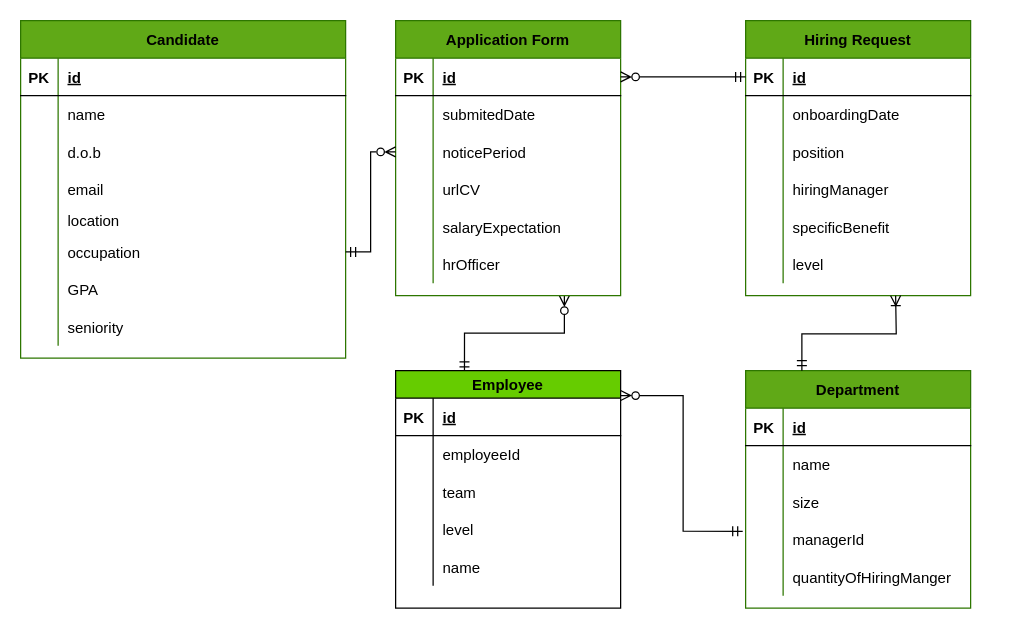
Above: page "Page-2" (2 of 2) of src/main/resources/erd/personal project2.drawio in Dino-000/peronalProject (draw.io), before the change. Source tidied: cells renumbered, new cells numbered last; positions are measured from the earlier drawing's top-left corner, leaving out a move shared by most shapes. Both pictures are drawn from the tidied source at 125%, with x=0, y=0 at pixel (20, 20).
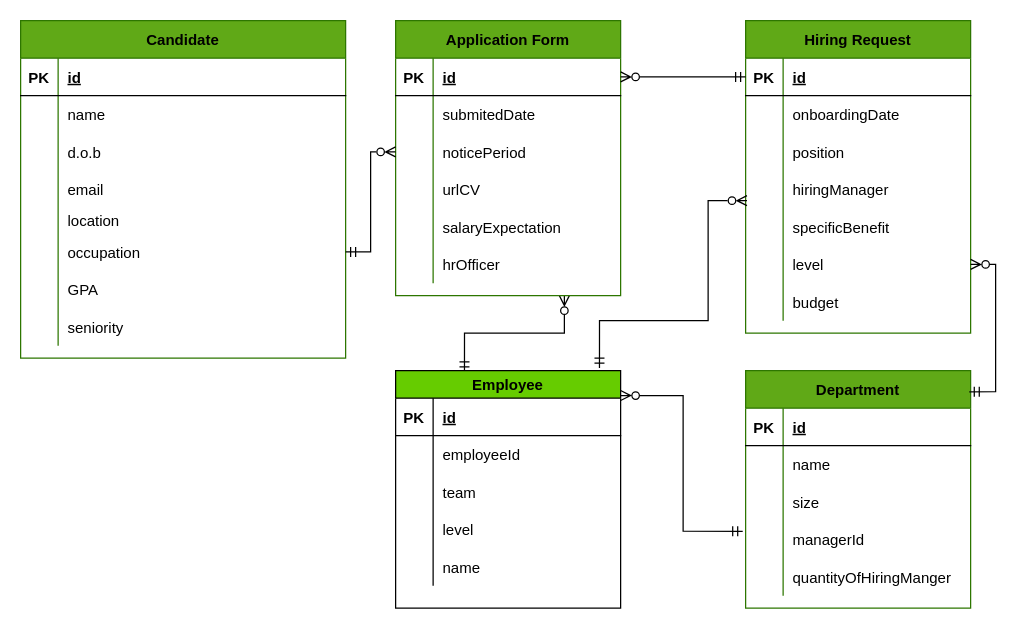
The same diagram, later.

The change refers to these unchanged cells:
```xml
<mxCell id="48" value="Department" style="shape=table;startSize=30;childLayout=tableLayout;rowLines=0;fontStyle=1;align=center;fillColor=#60a917;strokeColor=#2D7600;fontColor=#000000;" parent="1" vertex="1">
  <mxGeometry x="580" y="280" width="180" height="190" as="geometry" />
</mxCell>
<mxCell id="74" style="shape=tableRow;horizontal=0;startSize=0;swimlaneHead=0;swimlaneBody=0;fillColor=none;points=[[0,0.5],[1,0.5]];portConstraint=eastwest;top=0;left=0;right=0;bottom=0;" parent="64" vertex="1">
  <mxGeometry y="120" width="180" height="30" as="geometry" />
</mxCell>
<mxCell id="80" style="shape=tableRow;horizontal=0;startSize=0;swimlaneHead=0;swimlaneBody=0;fillColor=none;points=[[0,0.5],[1,0.5]];portConstraint=eastwest;top=0;left=0;right=0;bottom=0;" parent="64" vertex="1">
  <mxGeometry y="180" width="180" height="30" as="geometry" />
</mxCell>
<mxCell id="85" value="Employee" style="shape=table;startSize=22;childLayout=tableLayout;rowLines=0;fontStyle=1;align=center;fillColor=#66CC00;" parent="1" vertex="1">
  <mxGeometry x="300" y="280" width="180" height="190" as="geometry" />
</mxCell>
```

Diff of the diagram source:
```diff
@@
     <mxCell id="64" value="Hiring Request" style="shape=table;startSize=30;childLayout=tableLayout;rowLines=0;fontStyle=1;align=center;fillColor=#60a917;strokeColor=#2D7600;fontColor=#000000;" parent="1" vertex="1">
-      <mxGeometry x="580" width="180" height="220" as="geometry" />
+      <mxGeometry x="580" width="180" height="250" as="geometry" />
     </mxCell>
@@
+    <mxCell id="102" style="shape=tableRow;horizontal=0;startSize=0;swimlaneHead=0;swimlaneBody=0;fillColor=none;top=0;left=0;right=0;bottom=0;" parent="64" vertex="1">
+      <mxGeometry y="210" width="180" height="30" as="geometry" />
+    </mxCell>
+    <mxCell id="103" style="shape=partialRectangle;fillColor=none;top=0;left=0;bottom=0;right=0;overflow=hidden;" parent="102" vertex="1">
+      <mxGeometry width="30" height="30" as="geometry" />
+    </mxCell>
+    <mxCell id="104" value="budget" style="shape=partialRectangle;fillColor=none;top=0;left=0;bottom=0;right=0;align=left;spacingLeft=6;overflow=hidden;" parent="102" vertex="1">
+      <mxGeometry x="30" width="150" height="30" as="geometry" />
+    </mxCell>
-    <mxCell id="83" style="edgeStyle=orthogonalEdgeStyle;rounded=0;jettySize=auto;html=1;exitX=0.25;exitY=0;exitDx=0;exitDy=0;startArrow=ERmandOne;startFill=0;endArrow=ERoneToMany;endFill=0;" parent="1" edge="1" source="48">
+    <mxCell id="83" style="edgeStyle=orthogonalEdgeStyle;rounded=0;jettySize=auto;html=1;exitX=0.994;exitY=0.089;exitDx=0;exitDy=0;startArrow=ERmandOne;startFill=0;endArrow=ERzeroToMany;endFill=0;exitPerimeter=0;entryX=1;entryY=0.5;entryDx=0;entryDy=0;" parent="1" edge="1" source="48" target="80">
       <mxGeometry relative="1" as="geometry">
-        <mxPoint x="700" y="220" as="targetPoint" />
+        <Array as="points">
+          <mxPoint x="780" y="297" />
+          <mxPoint x="780" y="195" />
+        </Array>
       </mxGeometry>
     </mxCell>
@@
+    <mxCell id="105" style="edgeStyle=orthogonalEdgeStyle;rounded=0;jettySize=auto;html=1;entryX=0.006;entryY=0.8;entryDx=0;entryDy=0;entryPerimeter=0;exitX=0.906;exitY=-0.011;exitDx=0;exitDy=0;exitPerimeter=0;startArrow=ERmandOne;startFill=0;endArrow=ERzeroToMany;endFill=0;" parent="1" edge="1" source="85" target="74">
+      <mxGeometry relative="1" as="geometry">
+        <Array as="points">
+          <mxPoint x="463" y="240" />
+          <mxPoint x="550" y="240" />
+          <mxPoint x="550" y="144" />
+        </Array>
+      </mxGeometry>
+    </mxCell>
```
